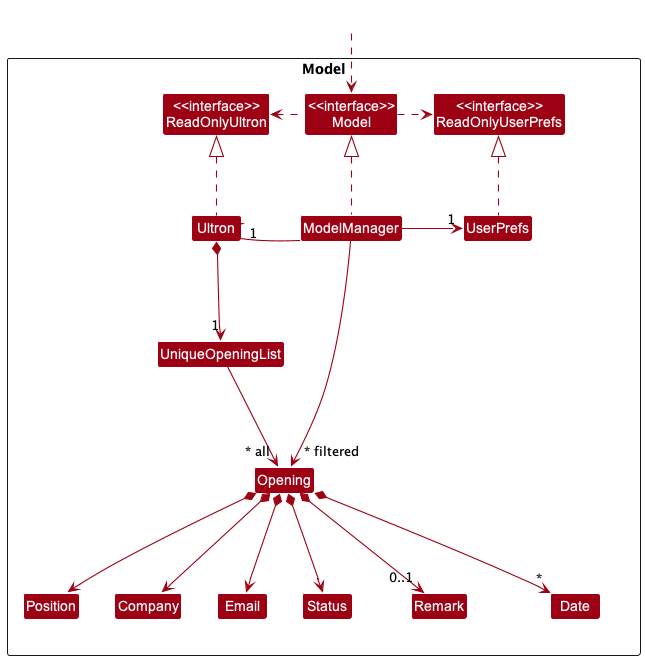
The PlantUML diagram docs/images/ModelClassDiagram.png in nus-cs2103-AY2223S2/tp, before a commit.
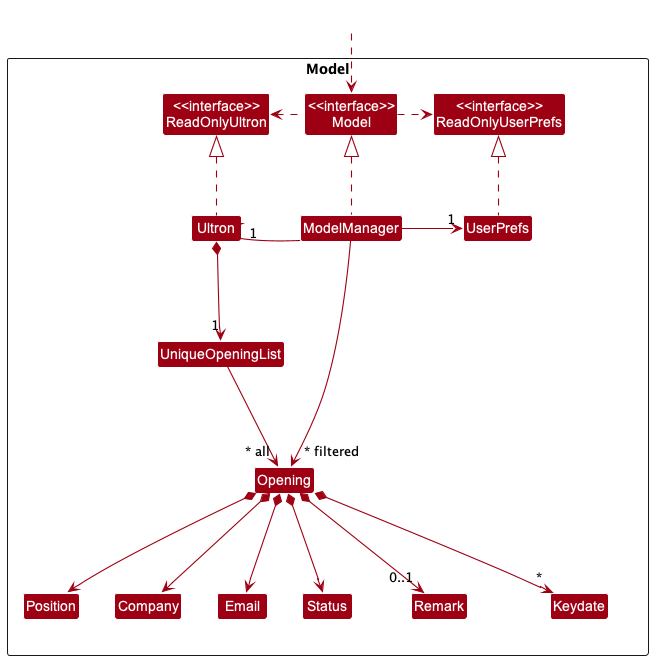
After the change.

Diff of the diagram source:
```diff
@@ -19,7 +19,7 @@
 Class Email
 Class Status
 Class Remark
-Class Date
+Class Keydate
 
 }
 
@@ -42,7 +42,7 @@
 Opening *--> Email
 Opening *--> Status
 Opening *--> "0..1"Remark
-Opening *--> "*" Date
+Opening *--> "*" Keydate
 
 ModelManager -->"~* filtered" Opening
 @enduml
```
